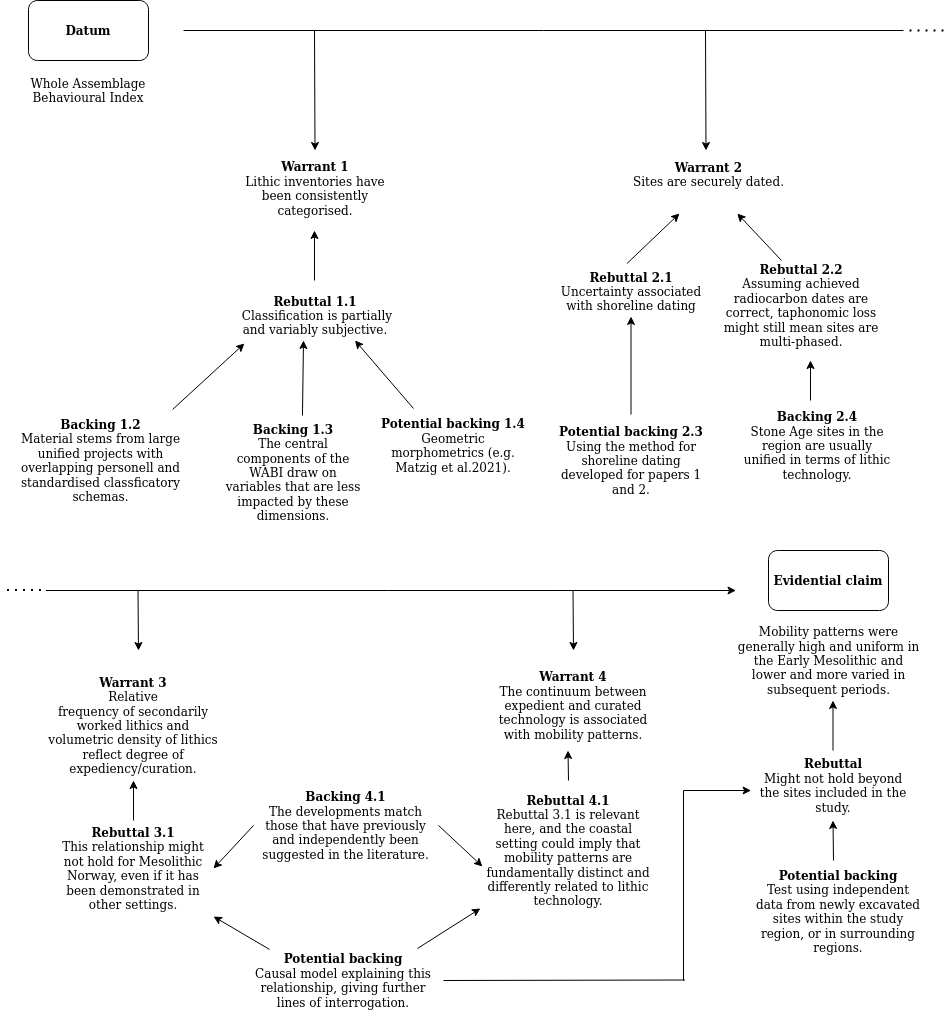
This is figures/toulmin_p3.png from isakro/thesis, a draw.io export, as it was before one commit. Source tidied: cells renumbered, new cells last; positions are measured from the earlier drawing's top-left corner, leaving out a move shared by most shapes.
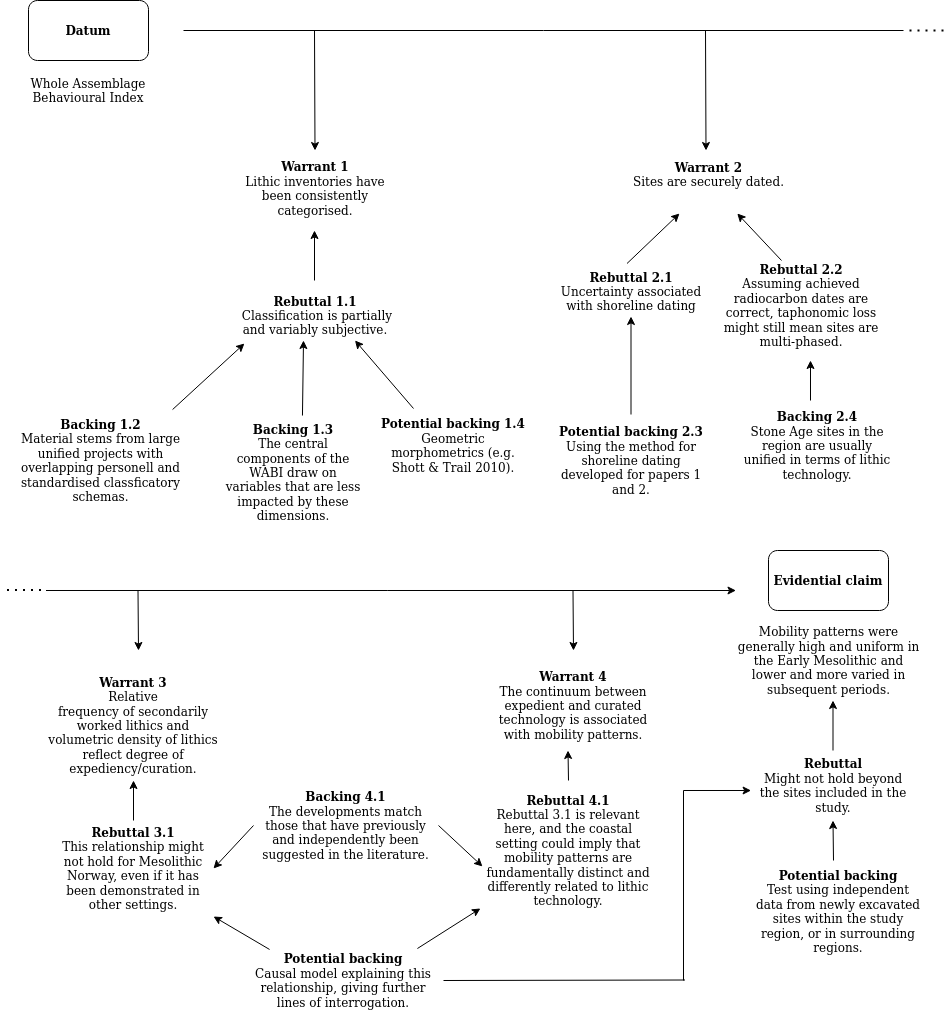
After the change.

Diff of the diagram source:
```diff
@@ -67,7 +67,7 @@
     <mxCell id="19" value="&lt;b&gt;Backing 1.2&lt;br&gt;&lt;/b&gt;&lt;div&gt;Material stems from large unified projects with overlapping personell and standardised classficatory schemas.&lt;br&gt;&lt;/div&gt;" style="text;html=1;strokeColor=none;fillColor=none;align=center;verticalAlign=middle;whiteSpace=wrap;rounded=0;" parent="1" vertex="1">
       <mxGeometry x="12" y="408" width="175" height="104" as="geometry" />
     </mxCell>
-    <mxCell id="20" value="&lt;b&gt;Potential backing 1.4&lt;br&gt;&lt;/b&gt;&lt;div&gt;Geometric morphometrics (e.g. Matzig et al.2021).&lt;/div&gt;" style="text;html=1;strokeColor=none;fillColor=none;align=center;verticalAlign=middle;whiteSpace=wrap;rounded=0;" parent="1" vertex="1">
+    <mxCell id="20" value="&lt;b&gt;Potential backing 1.4&lt;br&gt;&lt;/b&gt;&lt;div&gt;Geometric morphometrics (e.g. Shott &amp;amp; Trail 2010).&lt;/div&gt;" style="text;html=1;strokeColor=none;fillColor=none;align=center;verticalAlign=middle;whiteSpace=wrap;rounded=0;" parent="1" vertex="1">
       <mxGeometry x="372" y="408" width="160" height="74" as="geometry" />
     </mxCell>
     <mxCell id="21" style="endArrow=classic;html=1;rounded=0;entryX=1;entryY=1;entryDx=0;entryDy=0;exitX=0.111;exitY=-0.017;exitDx=0;exitDy=0;exitPerimeter=0;" parent="1" edge="1" source="14" target="11">
```
